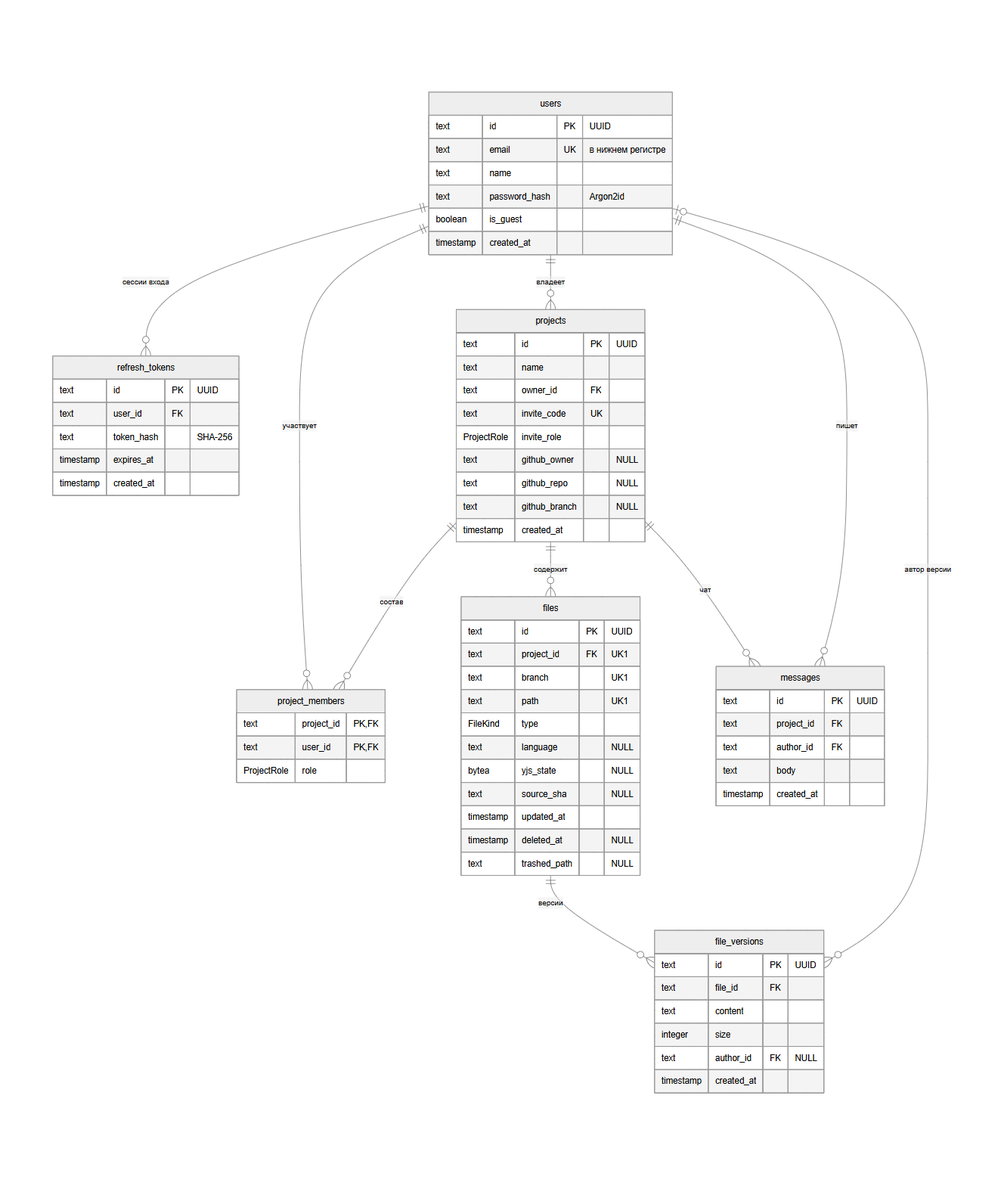
This is docs/db/er-diagram.png from oCMEXo/my-Diplom, a Mermaid export, as it was before one commit. Its source is kept beside it as docs/db/er-diagram.mmd.
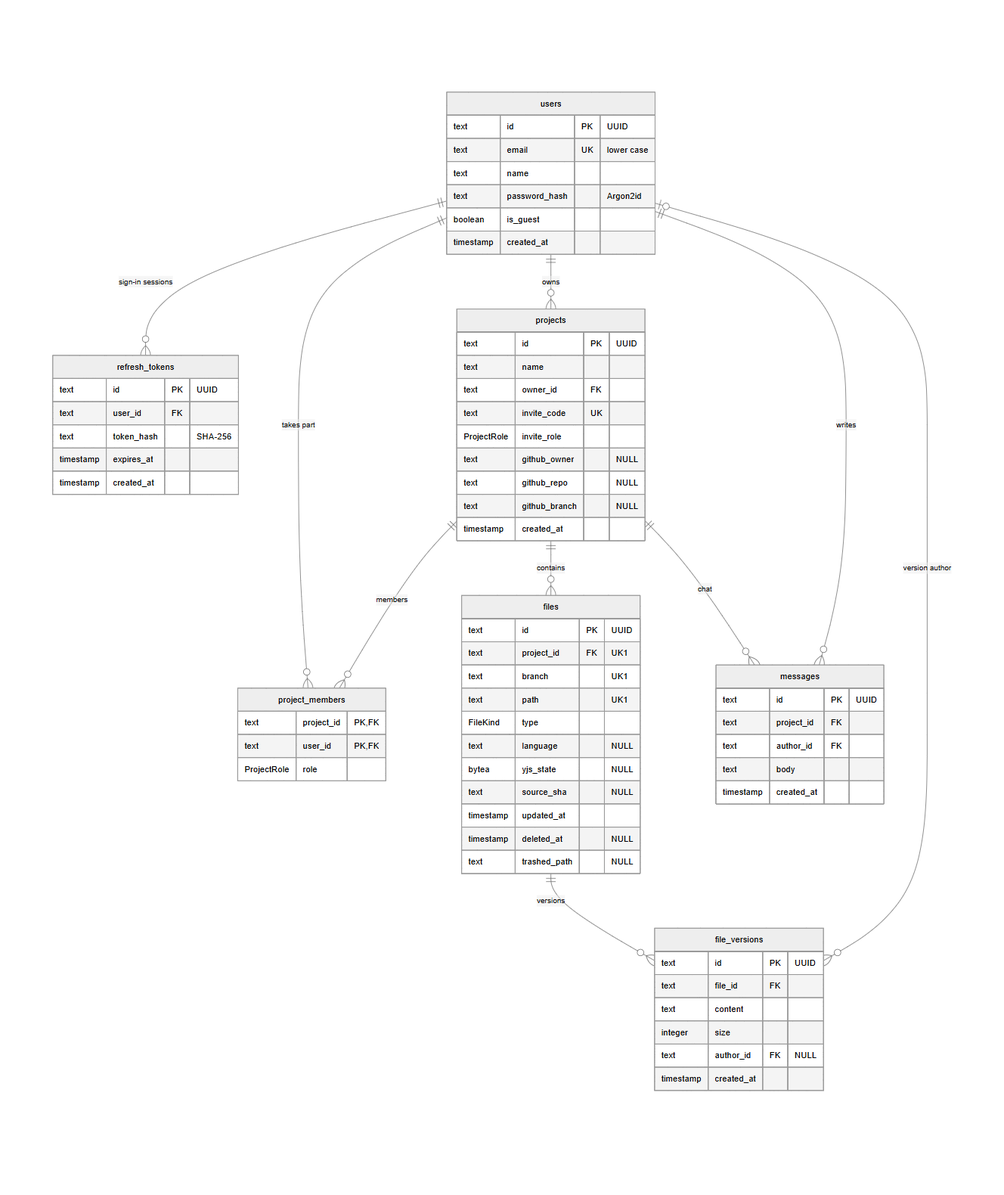
After the commit.

Change to the diagram source:
```diff
@@ -1,17 +1,17 @@
 erDiagram
-  users ||--o{ refresh_tokens : "сессии входа"
-  users ||--o{ projects : "владеет"
-  users ||--o{ project_members : "участвует"
-  projects ||--o{ project_members : "состав"
-  projects ||--o{ files : "содержит"
-  files ||--o{ file_versions : "версии"
-  users |o--o{ file_versions : "автор версии"
-  projects ||--o{ messages : "чат"
-  users ||--o{ messages : "пишет"
+  users ||--o{ refresh_tokens : "sign-in sessions"
+  users ||--o{ projects : "owns"
+  users ||--o{ project_members : "takes part"
+  projects ||--o{ project_members : "members"
+  projects ||--o{ files : "contains"
+  files ||--o{ file_versions : "versions"
+  users |o--o{ file_versions : "version author"
+  projects ||--o{ messages : "chat"
+  users ||--o{ messages : "writes"
 
   users {
     text id PK "UUID"
-    text email UK "в нижнем регистре"
+    text email UK "lower case"
     text name
     text password_hash "Argon2id"
     boolean is_guest
```
